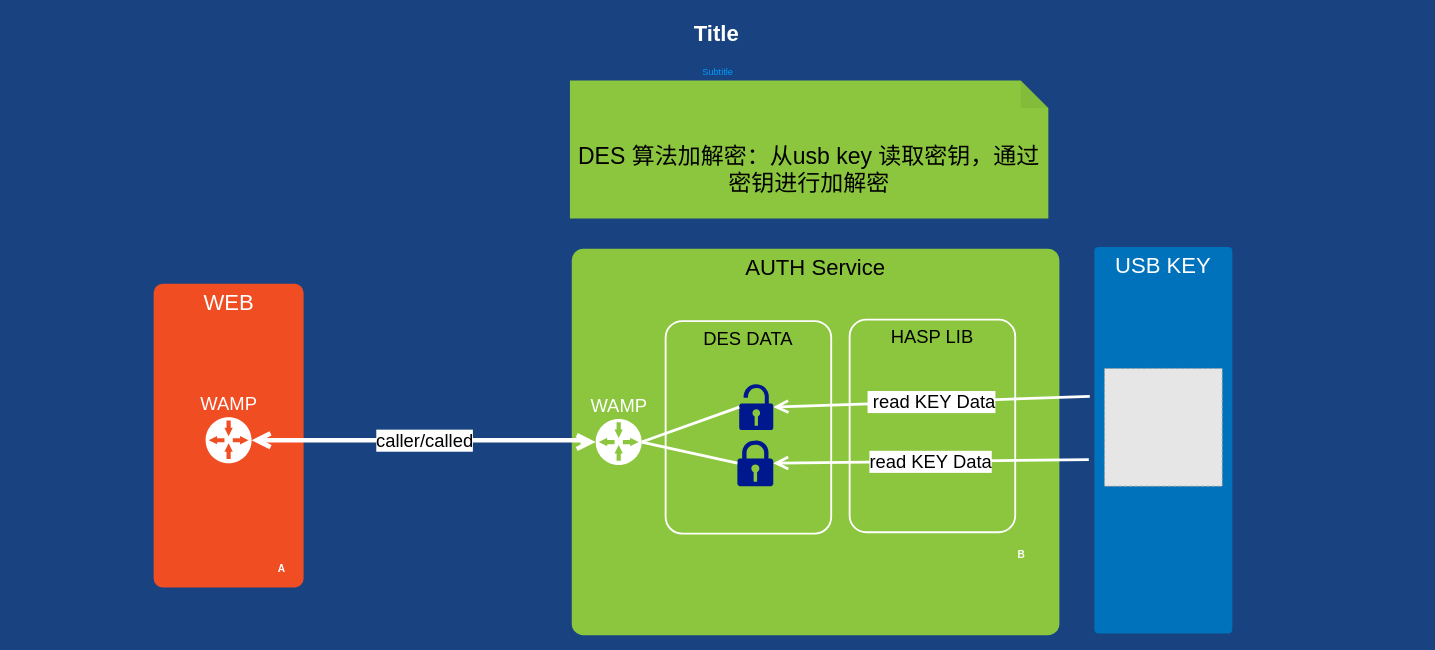
uyuy2043/yy keeps this draw.io diagram as RCS APP/gaia数据加密设计.drawio. Above is the earlier version. Source tidied: cells renumbered, new cells numbered last; positions are measured from the earlier drawing's top-left corner, leaving out a move shared by most shapes. Both pictures are drawn from the tidied source at 92%, with x=0, y=0 at pixel (16, 16). Pictures stored in the file or linked from it are replaced by grey dashed boxes.
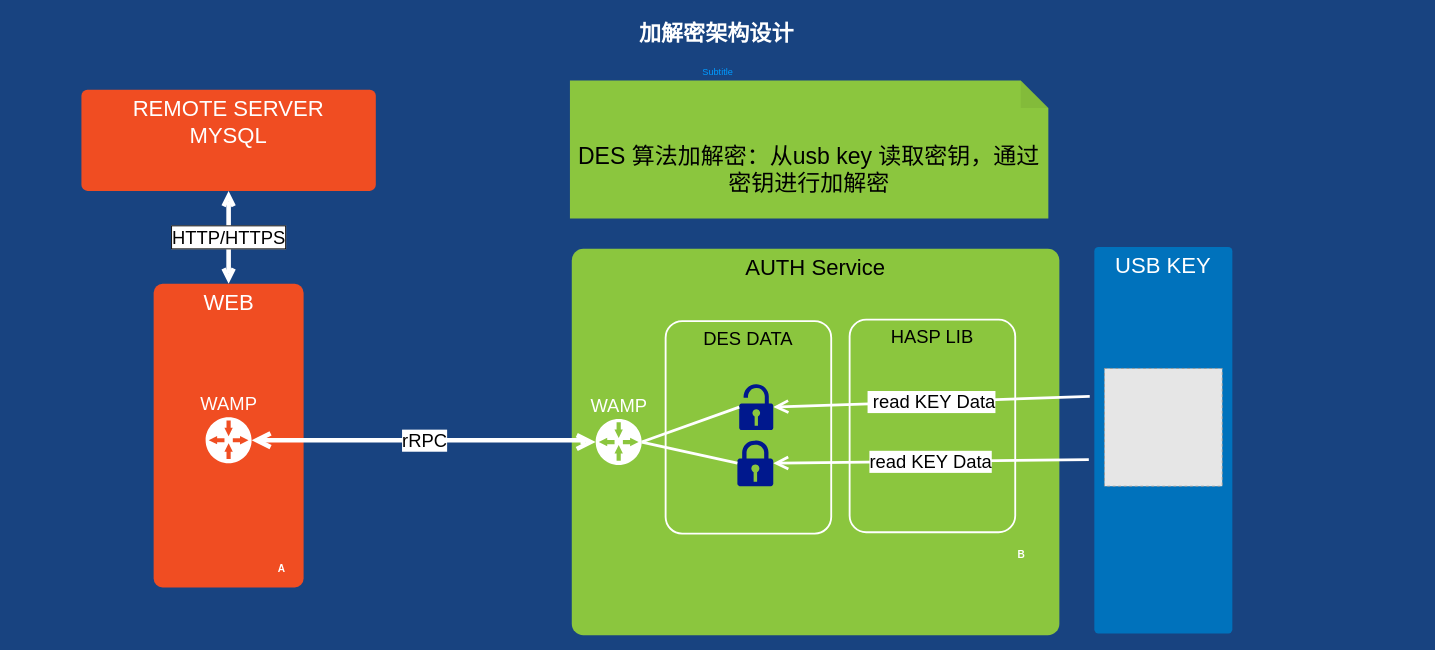
The same page after the edit.

Commit message (it also covers changes not shown here):
Update gaia数据加密设计.drawio

Unchanged cells that the change refers to:
```xml
<mxCell id="5" value="WEB" style="rounded=1;whiteSpace=wrap;html=1;shadow=0;strokeWidth=2;fillColor=#F04D22;fontSize=24;fontColor=#FFFFFF;align=center;strokeColor=none;arcSize=6;verticalAlign=top;" parent="1" vertex="1">
  <mxGeometry x="149.5" y="291" width="163" height="330" as="geometry" />
</mxCell>
<mxCell id="6" value="WAMP" style="shadow=0;dashed=0;html=1;strokeColor=none;shape=mxgraph.mscae.enterprise.gateway;fillColor=#FFFFFF;rounded=0;fontSize=20;fontColor=#FFFFFF;align=center;labelPosition=center;verticalLabelPosition=top;verticalAlign=bottom;" parent="1" vertex="1">
  <mxGeometry x="630" y="438" width="50" height="50" as="geometry" />
</mxCell>
<mxCell id="8" value="WAMP" style="shadow=0;dashed=0;html=1;strokeColor=none;shape=mxgraph.mscae.enterprise.gateway;fillColor=#FFFFFF;rounded=0;fontSize=20;fontColor=#FFFFFF;align=center;labelPosition=center;verticalLabelPosition=top;verticalAlign=bottom;" parent="1" vertex="1">
  <mxGeometry x="206" y="436" width="50" height="50" as="geometry" />
</mxCell>
```

The edit, as a diff of the source:
```diff
@@
+    <mxCell id="23" value="HTTP/HTTPS" style="edgeStyle=none;rounded=0;jettySize=auto;html=1;startArrow=open;startFill=0;endArrow=open;endFill=0;strokeWidth=5;fontSize=20;labelBackgroundColor=#ffffff;labelBorderColor=#000000;strokeColor=#FFFFFF;" parent="1" edge="1" source="5" target="24">
+      <mxGeometry relative="1" as="geometry" />
+    </mxCell>
@@
-    <mxCell id="7" value="caller/called" style="edgeStyle=orthogonalEdgeStyle;html=1;startArrow=open;startFill=0;startSize=10;endArrow=open;endFill=0;endSize=10;strokeWidth=5;fontSize=20;strokeColor=#FFFFFF;rounded=0;" parent="1" edge="1" source="8" target="6">
+    <mxCell id="7" value="rRPC" style="edgeStyle=orthogonalEdgeStyle;html=1;startArrow=open;startFill=0;startSize=10;endArrow=open;endFill=0;endSize=10;strokeWidth=5;fontSize=20;strokeColor=#FFFFFF;rounded=0;" parent="1" edge="1" source="8" target="6">
       <mxGeometry relative="1" as="geometry">
         <Array as="points">
           <mxPoint x="616" y="461" />
           <mxPoint x="616" y="463" />
         </Array>
       </mxGeometry>
     </mxCell>
@@
-    <mxCell id="12" value="Title" style="text;strokeColor=none;fillColor=none;html=1;fontSize=24;fontStyle=1;verticalAlign=middle;align=center;rounded=0;shadow=0;fontColor=#FFFFFF;" parent="1" vertex="1">
+    <mxCell id="12" value="加解密架构设计" style="text;strokeColor=none;fillColor=none;html=1;fontSize=24;fontStyle=1;verticalAlign=middle;align=center;rounded=0;shadow=0;fontColor=#FFFFFF;" parent="1" vertex="1">
       <mxGeometry x="6" width="1510" height="40" as="geometry" />
     </mxCell>
@@
+    <mxCell id="24" value="REMOTE SERVER&lt;br&gt;MYSQL" style="rounded=1;whiteSpace=wrap;html=1;shadow=0;strokeWidth=2;fillColor=#F04D22;fontSize=24;fontColor=#FFFFFF;align=center;strokeColor=none;arcSize=6;verticalAlign=top;" parent="1" vertex="1">
+      <mxGeometry x="71" y="80" width="320" height="110" as="geometry" />
+    </mxCell>
```
